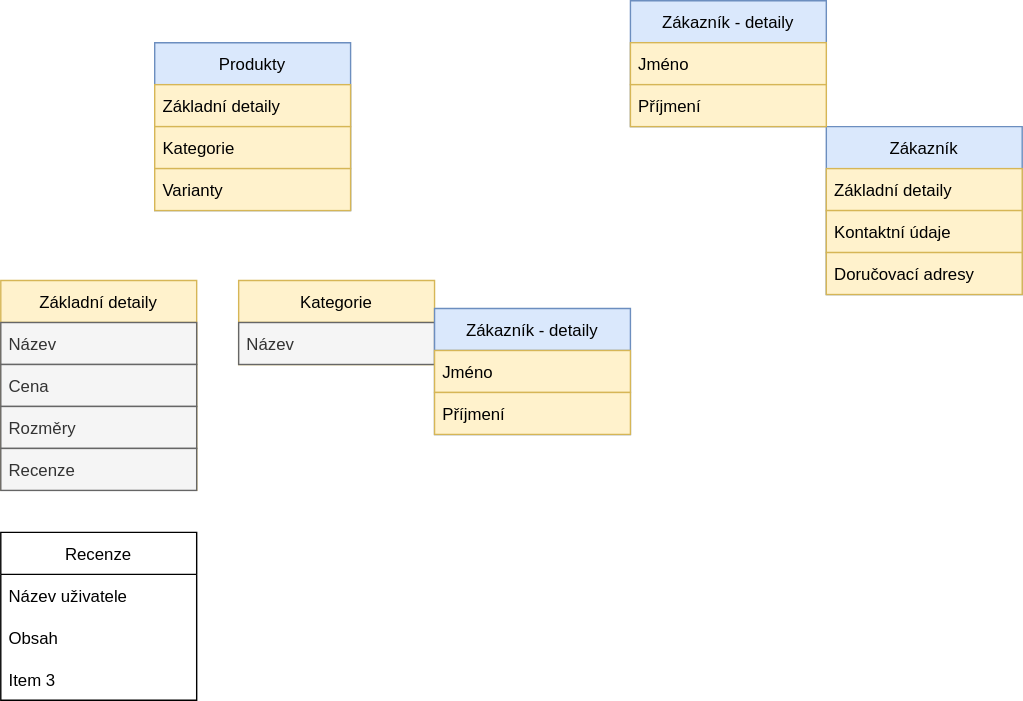
This is Eshop.drawio.svg from TomasKelbasa/diagrams.net, a draw.io export, as it was before one commit. Source tidied: cells renumbered, new cells last; positions are measured from the earlier drawing's top-left corner, leaving out a move shared by most shapes.
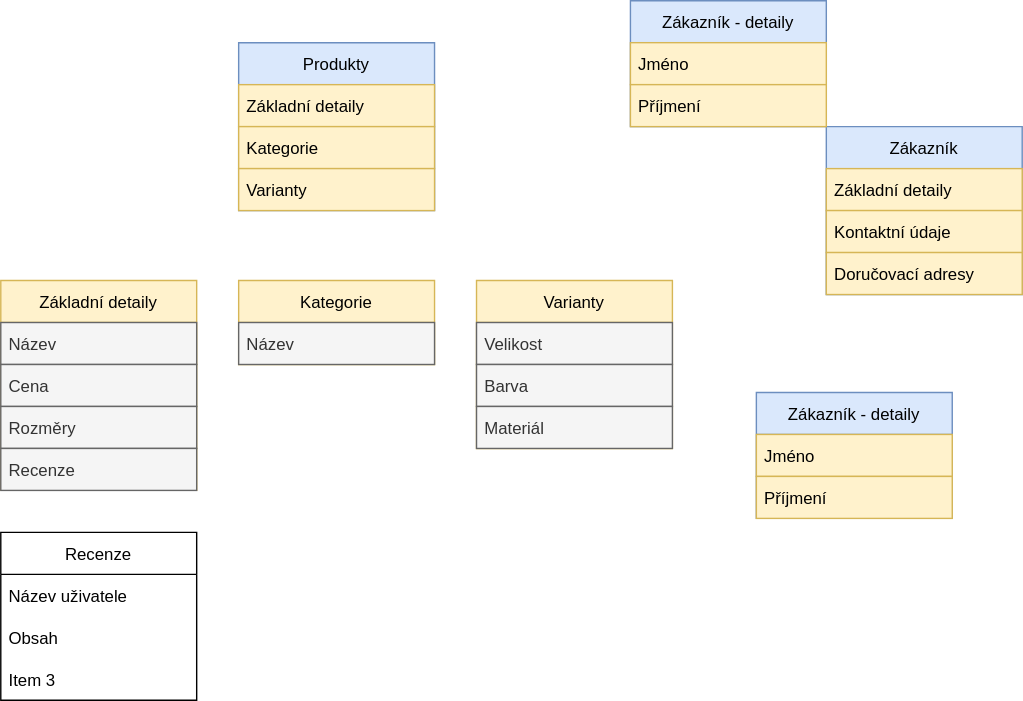
After the commit.

Change to the diagram source:
```diff
@@ -3,7 +3,7 @@
     <mxCell id="0" />
     <mxCell id="1" parent="0" />
     <mxCell id="2" value="Produkty" style="swimlane;fontStyle=0;horizontal=1;startSize=30;fillColor=#dae8fc;strokeColor=#6c8ebf;" parent="1" vertex="1">
-      <mxGeometry x="110" y="30" width="140" height="120" as="geometry" />
+      <mxGeometry x="170" y="30" width="140" height="120" as="geometry" />
     </mxCell>
     <mxCell id="3" value="Základní detaily" style="text;strokeColor=#d6b656;fillColor=#fff2cc;align=left;verticalAlign=middle;spacingLeft=4;spacingRight=4;overflow=hidden;" parent="2" vertex="1">
       <mxGeometry y="30" width="140" height="30" as="geometry" />
@@ -60,7 +60,7 @@
       <mxGeometry y="30" width="140" height="30" as="geometry" />
     </mxCell>
     <mxCell id="21" value="Zákazník - detaily" style="swimlane;fontStyle=0;horizontal=1;startSize=30;fillColor=#dae8fc;strokeColor=#6c8ebf;" parent="1" vertex="1">
-      <mxGeometry x="310" y="220" width="140" height="90" as="geometry" />
+      <mxGeometry x="540" y="280" width="140" height="90" as="geometry" />
     </mxCell>
     <mxCell id="22" value="Jméno" style="text;strokeColor=#d6b656;fillColor=#fff2cc;align=left;verticalAlign=middle;spacingLeft=4;spacingRight=4;overflow=hidden;" parent="21" vertex="1">
       <mxGeometry y="30" width="140" height="30" as="geometry" />
@@ -77,5 +77,17 @@
     <mxCell id="26" value="Příjmení" style="text;strokeColor=#d6b656;fillColor=#fff2cc;align=left;verticalAlign=middle;spacingLeft=4;spacingRight=4;overflow=hidden;" parent="24" vertex="1">
       <mxGeometry y="60" width="140" height="30" as="geometry" />
     </mxCell>
+    <mxCell id="27" value="Varianty" style="swimlane;fontStyle=0;horizontal=1;startSize=30;fillColor=#fff2cc;strokeColor=#d6b656;" parent="1" vertex="1">
+      <mxGeometry x="340" y="200" width="140" height="120" as="geometry" />
+    </mxCell>
+    <mxCell id="28" value="Velikost" style="text;strokeColor=#666666;fillColor=#f5f5f5;align=left;verticalAlign=middle;spacingLeft=4;spacingRight=4;overflow=hidden;fontColor=#333333;" parent="27" vertex="1">
+      <mxGeometry y="30" width="140" height="30" as="geometry" />
+    </mxCell>
+    <mxCell id="29" value="Barva" style="text;strokeColor=#666666;fillColor=#f5f5f5;align=left;verticalAlign=middle;spacingLeft=4;spacingRight=4;overflow=hidden;fontColor=#333333;" parent="27" vertex="1">
+      <mxGeometry y="60" width="140" height="30" as="geometry" />
+    </mxCell>
+    <mxCell id="30" value="Materiál" style="text;strokeColor=#666666;fillColor=#f5f5f5;align=left;verticalAlign=middle;spacingLeft=4;spacingRight=4;overflow=hidden;fontColor=#333333;" parent="27" vertex="1">
+      <mxGeometry y="90" width="140" height="30" as="geometry" />
+    </mxCell>
   </root>
 </mxGraphModel>
```
